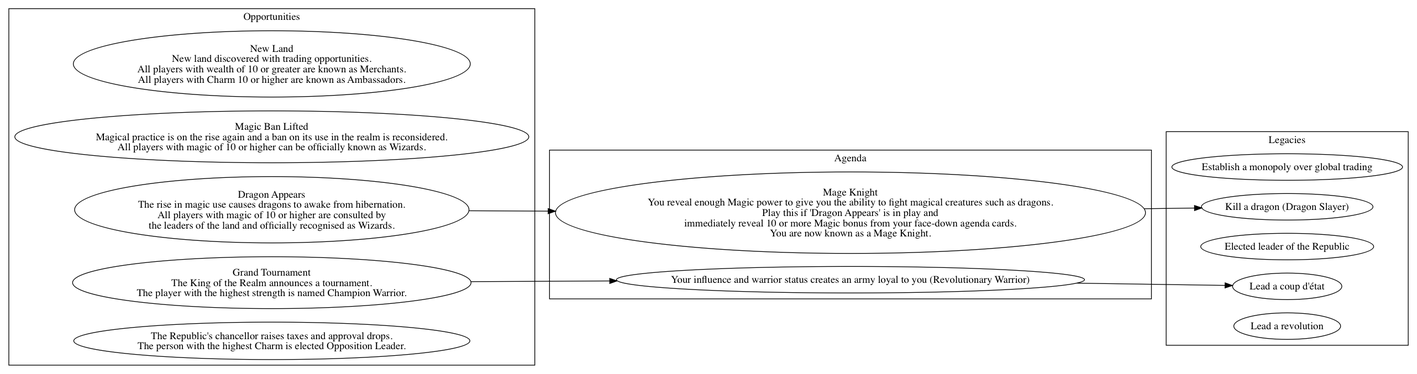
This is endgame.png from avengerpenguin/legacy, a Graphviz export, as it was before one commit. Its source is kept beside it as endgame.dot.
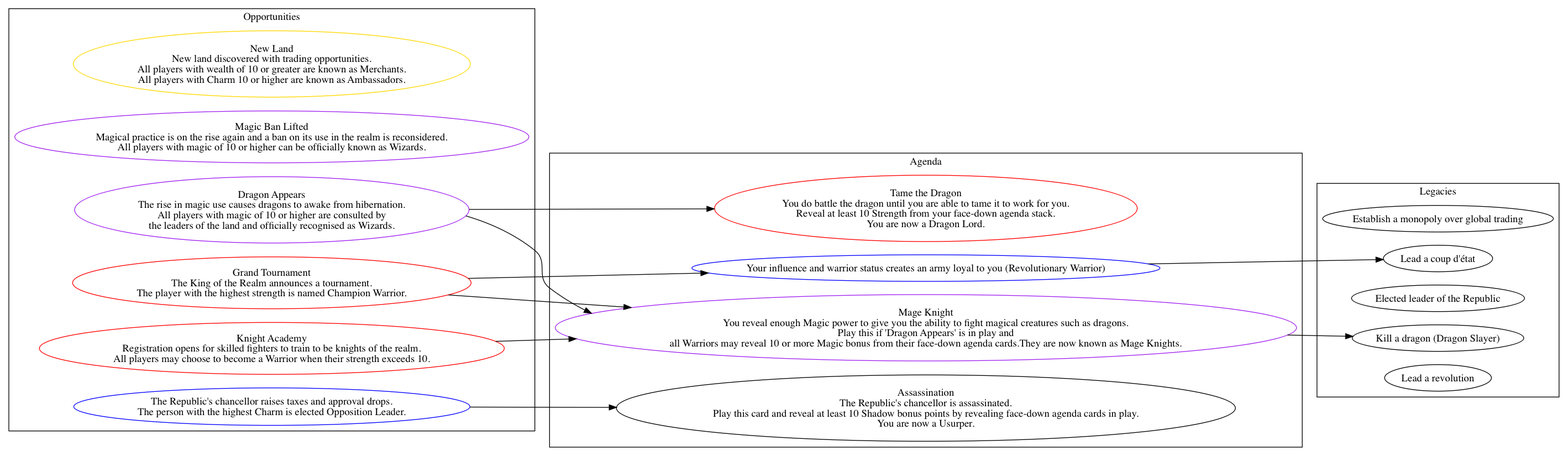
Later version of the same file.

Commit message:
Fleshed out a lot more endgame card ideas

What changed in the source:
```diff
@@ -3,17 +3,20 @@
 
     subgraph cluster_opportunities {
         label="Opportunities";
-        trading [label="New Land\nNew land discovered with trading opportunities.\nAll players with wealth of 10 or greater are known as Merchants.\nAll players with Charm 10 or higher are known as Ambassadors."];
-        magic_legal [label="Magic Ban Lifted\nMagical practice is on the rise again and a ban on its use in the realm is reconsidered.\nAll players with magic of 10 or higher can be officially known as Wizards."];
-        dragon_appears [label="Dragon Appears\nThe rise in magic use causes dragons to awake from hibernation.\nAll players with magic of 10 or higher are consulted by\nthe leaders of the land and officially recognised as Wizards."];
-        champion_warrior [label="Grand Tournament\nThe King of the Realm announces a tournament.\nThe player with the highest strength is named Champion Warrior."];
-        unpopular_leader [label="The Republic's chancellor raises taxes and approval drops.\nThe person with the highest Charm is elected Opposition Leader."];
+        trading [color=gold,label="New Land\nNew land discovered with trading opportunities.\nAll players with wealth of 10 or greater are known as Merchants.\nAll players with Charm 10 or higher are known as Ambassadors."];
+        magic_legal [color=purple,label="Magic Ban Lifted\nMagical practice is on the rise again and a ban on its use in the realm is reconsidered.\nAll players with magic of 10 or higher can be officially known as Wizards."];
+        dragon_appears [color=purple,label="Dragon Appears\nThe rise in magic use causes dragons to awake from hibernation.\nAll players with magic of 10 or higher are consulted by\nthe leaders of the land and officially recognised as Wizards."];
+        champion_warrior [color=red,label="Grand Tournament\nThe King of the Realm announces a tournament.\nThe player with the highest strength is named Champion Warrior."];
+        unpopular_leader [color=blue,label="The Republic's chancellor raises taxes and approval drops.\nThe person with the highest Charm is elected Opposition Leader."];
+        knight_academy [color=red,label="Knight Academy\nRegistration opens for skilled fighters to train to be knights of the realm.\nAll players may choose to become a Warrior when their strength exceeds 10."];
     }
 
     subgraph cluster_agenda {
         label="Agenda";
-        dragon_quest [label="Mage Knight\nYou reveal enough Magic power to give you the ability to fight magical creatures such as dragons.\nPlay this if 'Dragon Appears' is in play and\nimmediately reveal 10 or more Magic bonus from your face-down agenda cards.\nYou are now known as a Mage Knight."];
-        underground_rebellion [label="Your influence and warrior status creates an army loyal to you (Revolutionary Warrior)"];
+        dragon_quest [color=purple,label="Mage Knight\nYou reveal enough Magic power to give you the ability to fight magical creatures such as dragons.\nPlay this if 'Dragon Appears' is in play and\nall Warriors may reveal 10 or more Magic bonus from their face-down agenda cards.\They are now known as Mage Knights."];
+        underground_rebellion [color=blue,label="Your influence and warrior status creates an army loyal to you (Revolutionary Warrior)"];
+        assassination [color=black,label="Assassination\nThe Republic's chancellor is assassinated.\nPlay this card and reveal at least 10 Shadow bonus points by revealing face-down agenda cards in play.\nYou are now a Usurper."];
+        tame_dragon [color=red,label="Tame the Dragon\nYou do battle the dragon until you are able to tame it to work for you.\nReveal at least 10 Strength from your face-down agenda stack.\nYou are now a Dragon Lord."];
     }
 
     subgraph cluster_legacies {
@@ -26,8 +29,11 @@
     }
 
     dragon_appears -> dragon_quest;
+    dragon_appears -> tame_dragon;
     dragon_quest -> slay_dragon;
+    knight_academy -> dragon_quest;
+    champion_warrior -> dragon_quest;
     champion_warrior -> underground_rebellion;
     underground_rebellion -> coup;
-
+    unpopular_leader -> assassination;
 }
```
